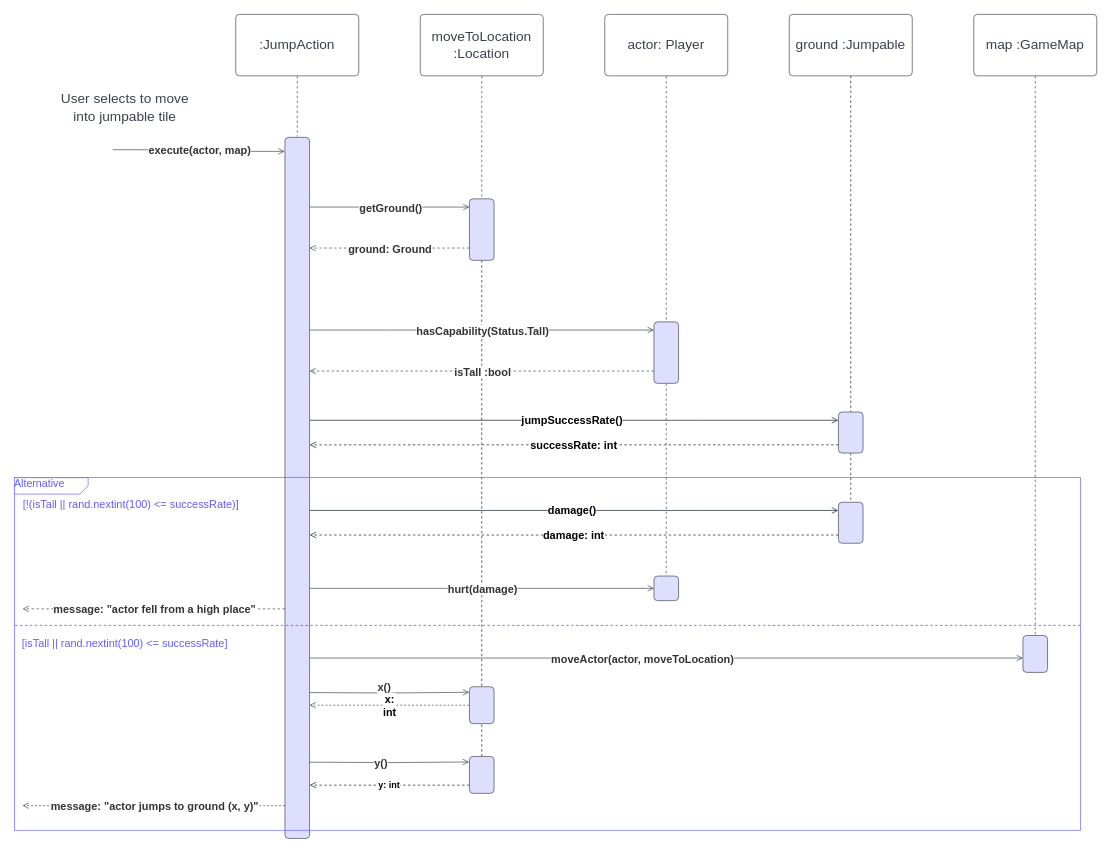
Above: page "JumpAction.execute()" (1 of 2) of docs/game/diagrams/sequence diagrams/sequence diagrams.drawio in 2x-Helix/mario-rogue-like (draw.io), before the change. Source tidied: cells renumbered, new cells numbered last; positions are measured from the earlier drawing's top-left corner, leaving out a move shared by most shapes. Both pictures are drawn from the tidied source at 82%, with x=0, y=0 at pixel (14, 14).
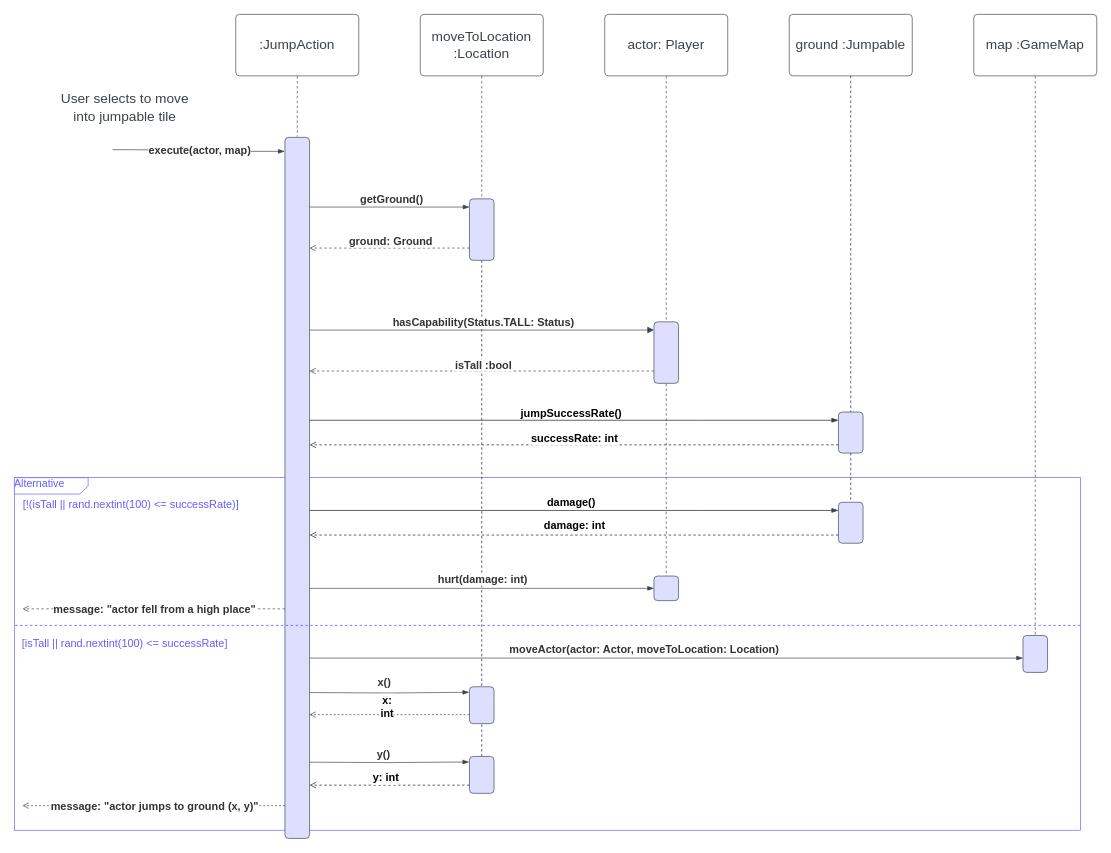
The same diagram, later.

Unchanged cells that the change refers to:
```xml
<mxCell id="5" style="html=1;overflow=block;blockSpacing=1;whiteSpace=wrap;fontSize=13;spacing=3.8;strokeColor=#3a414a;strokeOpacity=100;fillOpacity=100;rounded=1;absoluteArcSize=1;arcSize=9;fillColor=#dedeff;strokeWidth=0.8;" parent="1" vertex="1">
  <mxGeometry x="330" y="150" width="30" height="855" as="geometry" />
</mxCell>
<mxCell id="16" style="html=1;overflow=block;blockSpacing=1;whiteSpace=wrap;fontSize=13;spacing=3.8;strokeColor=#3a414a;strokeOpacity=100;fillOpacity=100;rounded=1;absoluteArcSize=1;arcSize=9;fillColor=#dedeff;strokeWidth=0.8;" parent="1" vertex="1">
  <mxGeometry x="555" y="225" width="30" height="75" as="geometry" />
</mxCell>
<mxCell id="24" style="html=1;overflow=block;blockSpacing=1;whiteSpace=wrap;fontSize=13;spacing=3.8;strokeColor=#3a414a;strokeOpacity=100;fillOpacity=100;rounded=1;absoluteArcSize=1;arcSize=9;fillColor=#dedeff;strokeWidth=0.8;" parent="1" vertex="1">
  <mxGeometry x="780" y="375" width="30" height="75" as="geometry" />
</mxCell>
<mxCell id="43" style="html=1;overflow=block;blockSpacing=1;whiteSpace=wrap;fontSize=13;spacing=3.8;strokeColor=#3a414a;strokeOpacity=100;fillOpacity=100;rounded=1;absoluteArcSize=1;arcSize=9;fillColor=#dedeff;strokeWidth=0.8;" parent="1" vertex="1">
  <mxGeometry x="1230" y="757.5" width="30" height="45" as="geometry" />
</mxCell>
<mxCell id="47" style="html=1;overflow=block;blockSpacing=1;whiteSpace=wrap;fontSize=13;spacing=3.8;strokeColor=#3a414a;strokeOpacity=100;fillOpacity=100;rounded=1;absoluteArcSize=1;arcSize=9;fillColor=#dedeff;strokeWidth=0.8;" parent="1" vertex="1">
  <mxGeometry x="555" y="820" width="30" height="45" as="geometry" />
</mxCell>
<mxCell id="53" style="html=1;overflow=block;blockSpacing=1;whiteSpace=wrap;fontSize=13;spacing=3.8;strokeColor=#3a414a;strokeOpacity=100;fillOpacity=100;rounded=1;absoluteArcSize=1;arcSize=9;fillColor=#dedeff;strokeWidth=0.8;" parent="1" vertex="1">
  <mxGeometry x="555" y="905" width="30" height="45" as="geometry" />
</mxCell>
<mxCell id="59" style="html=1;overflow=block;blockSpacing=1;whiteSpace=wrap;fontSize=13;spacing=3.8;strokeColor=#3a414a;strokeOpacity=100;fillOpacity=100;rounded=1;absoluteArcSize=1;arcSize=9;fillColor=#dedeff;strokeWidth=0.8;" parent="1" vertex="1">
  <mxGeometry x="1005" y="485" width="30" height="50" as="geometry" />
</mxCell>
```

Change to the diagram source:
```diff
@@
+    <mxCell id="27" value="&lt;font color=&quot;#635dff&quot;&gt;Alternative&lt;/font&gt;" style="html=1;blockSpacing=1;whiteSpace=wrap;shape=mxgraph.sysml.package2;xSize=90;overflow=fill;fontSize=13;spacing=0;strokeColor=#635dff;strokeOpacity=100;rounded=1;absoluteArcSize=1;arcSize=9;strokeWidth=0.8;align=left;" parent="1" vertex="1">
+      <mxGeometry y="565" width="1300" height="430" as="geometry" />
+    </mxCell>
+    <mxCell id="28" value="[!(isTall || rand.nextint(100) &amp;lt;= successRate)]" style="html=1;overflow=block;blockSpacing=1;whiteSpace=wrap;fontSize=13.3;fontColor=#635DFF;spacing=3.8;strokeOpacity=0;fillOpacity=0;rounded=1;absoluteArcSize=1;arcSize=9;fillColor=#ffffff;strokeWidth=0.8;" parent="27" vertex="1">
+      <mxGeometry y="21" width="285" height="24" as="geometry" />
+    </mxCell>
+    <mxCell id="29" style="html=1;jettySize=18;whiteSpace=wrap;fontSize=13;strokeColor=#3a414a;strokeOpacity=100;dashed=1;fixDash=1;strokeWidth=0.8;rounded=1;arcSize=12;edgeStyle=orthogonalEdgeStyle;startArrow=none;endArrow=open;" parent="27" edge="1" source="5">
+      <mxGeometry relative="1" as="geometry">
+        <mxPoint x="10" y="160" as="targetPoint" />
+        <Array as="points">
+          <mxPoint x="10" y="160" />
+        </Array>
+      </mxGeometry>
+    </mxCell>
+    <mxCell id="30" value="message: &quot;actor fell from a high place&quot;" style="text;html=1;labelBackgroundColor=default;align=center;verticalAlign=middle;fontStyle=1;fontColor=#333333;fontSize=13.3;" parent="29" vertex="1">
+      <mxGeometry relative="1" as="geometry" />
+    </mxCell>
+    <mxCell id="31" value="[isTall || rand.nextint(100) &amp;lt;= successRate]" style="html=1;overflow=block;blockSpacing=1;whiteSpace=wrap;fontSize=13.3;fontColor=#635DFF;spacing=3.8;strokeOpacity=0;fillOpacity=0;rounded=1;absoluteArcSize=1;arcSize=9;fillColor=#ffffff;strokeWidth=0.8;" parent="27" vertex="1">
+      <mxGeometry y="190" width="270" height="24" as="geometry" />
+    </mxCell>
+    <mxCell id="32" style="html=1;overflow=block;blockSpacing=1;whiteSpace=wrap;fontSize=13;spacing=3.8;strokeColor=#3a414a;strokeOpacity=100;fillOpacity=100;rounded=1;absoluteArcSize=1;arcSize=9;fillColor=#dedeff;strokeWidth=0.8;" parent="27" vertex="1">
+      <mxGeometry x="780" y="120" width="30" height="30" as="geometry" />
+    </mxCell>
+    <mxCell id="33" style="edgeStyle=orthogonalEdgeStyle;rounded=0;jettySize=auto;html=1;endArrow=blockThin;endFill=1;strokeColor=#3A414A;" parent="27" edge="1" target="36">
+      <mxGeometry relative="1" as="geometry">
+        <mxPoint x="360" y="40" as="sourcePoint" />
+        <Array as="points">
+          <mxPoint x="840" y="40" />
+          <mxPoint x="840" y="40" />
+        </Array>
+      </mxGeometry>
+    </mxCell>
+    <mxCell id="34" value="damage()" style="edgeLabel;html=1;align=center;verticalAlign=middle;fontSize=13.3;fontStyle=1;" parent="33" vertex="1">
+      <mxGeometry x="-0.08" y="1" relative="1" as="geometry">
+        <mxPoint x="21" y="-10" as="offset" />
+      </mxGeometry>
+    </mxCell>
+    <mxCell id="35" value="&lt;b&gt;&lt;font style=&quot;font-size: 13.33px&quot;&gt;damage: int&lt;/font&gt;&lt;/b&gt;" style="edgeStyle=orthogonalEdgeStyle;rounded=0;jettySize=auto;html=1;fontSize=13.3;endArrow=open;endFill=0;strokeColor=#3A414A;dashed=1;" parent="27" edge="1" source="36">
+      <mxGeometry y="-12" relative="1" as="geometry">
+        <mxPoint x="360" y="70" as="targetPoint" />
+        <Array as="points">
+          <mxPoint x="530" y="70" />
+          <mxPoint x="530" y="70" />
+        </Array>
+        <mxPoint x="1" as="offset" />
+      </mxGeometry>
+    </mxCell>
+    <mxCell id="36" style="html=1;overflow=block;blockSpacing=1;whiteSpace=wrap;fontSize=13;spacing=3.8;strokeColor=#3a414a;strokeOpacity=100;fillOpacity=100;rounded=1;absoluteArcSize=1;arcSize=9;fillColor=#dedeff;strokeWidth=0.8;" parent="27" vertex="1">
+      <mxGeometry x="1005" y="30" width="30" height="50" as="geometry" />
+    </mxCell>
@@
-    <mxCell id="3" style="edgeStyle=orthogonalEdgeStyle;rounded=0;jettySize=auto;html=1;endArrow=open;endFill=0;strokeColor=#3A414A;" parent="1" edge="1" source="5" target="59">
+    <mxCell id="3" style="edgeStyle=orthogonalEdgeStyle;rounded=0;jettySize=auto;html=1;endArrow=blockThin;endFill=1;strokeColor=#3A414A;" parent="1" edge="1" source="5" target="59">
       <mxGeometry relative="1" as="geometry">
         <Array as="points">
           <mxPoint x="840" y="495" />
           <mxPoint x="840" y="495" />
         </Array>
       </mxGeometry>
     </mxCell>
     <mxCell id="4" value="jumpSuccessRate()" style="edgeLabel;html=1;align=center;verticalAlign=middle;fontSize=13.3;fontStyle=1;" parent="3" vertex="1">
       <mxGeometry x="-0.08" y="1" relative="1" as="geometry">
-        <mxPoint x="22" as="offset" />
+        <mxPoint x="21" y="-9" as="offset" />
       </mxGeometry>
     </mxCell>
@@
-    <mxCell id="7" style="html=1;jettySize=18;whiteSpace=wrap;fontSize=13;strokeColor=#3a414a;strokeOpacity=100;strokeWidth=0.8;rounded=1;arcSize=12;edgeStyle=orthogonalEdgeStyle;startArrow=none;endArrow=open;entryX=-0.012;entryY=0.02;entryPerimeter=0;" parent="1" edge="1" target="5">
+    <mxCell id="7" style="html=1;jettySize=18;whiteSpace=wrap;fontSize=13;strokeColor=#3a414a;strokeOpacity=100;strokeWidth=0.8;rounded=1;arcSize=12;edgeStyle=orthogonalEdgeStyle;startArrow=none;endArrow=blockThin;entryX=-0.012;entryY=0.02;entryPerimeter=0;endFill=1;" parent="1" edge="1" target="5">
       <mxGeometry relative="1" as="geometry">
         <mxPoint x="120" y="165" as="sourcePoint" />
       </mxGeometry>
     </mxCell>
@@
-    <mxCell id="11" style="html=1;jettySize=18;whiteSpace=wrap;fontSize=13;strokeColor=#3a414a;strokeOpacity=100;strokeWidth=0.8;rounded=1;arcSize=12;edgeStyle=orthogonalEdgeStyle;startArrow=none;endArrow=open;" parent="1" edge="1" target="43">
+    <mxCell id="11" style="html=1;jettySize=18;whiteSpace=wrap;fontSize=13;strokeColor=#3a414a;strokeOpacity=100;strokeWidth=0.8;rounded=1;arcSize=12;edgeStyle=orthogonalEdgeStyle;startArrow=none;endArrow=blockThin;endFill=1;" parent="1" edge="1" target="43">
       <mxGeometry relative="1" as="geometry">
         <mxPoint x="360" y="785" as="sourcePoint" />
         <Array as="points">
           <mxPoint x="850" y="785" />
           <mxPoint x="850" y="785" />
         </Array>
       </mxGeometry>
     </mxCell>
-    <mxCell id="12" value="moveActor(actor, moveToLocation)" style="text;html=1;labelBackgroundColor=default;align=center;verticalAlign=middle;fontStyle=1;fontColor=#333333;fontSize=13.3;" parent="11" vertex="1">
-      <mxGeometry x="-0.07" relative="1" as="geometry" />
+    <mxCell id="12" value="moveActor(actor: Actor, moveToLocation: Location)" style="text;html=1;labelBackgroundColor=default;align=center;verticalAlign=middle;fontStyle=1;fontColor=#333333;fontSize=13.3;" parent="11" vertex="1">
+      <mxGeometry x="-0.07" relative="1" as="geometry">
+        <mxPoint x="2" y="-12" as="offset" />
+      </mxGeometry>
     </mxCell>
@@
-    <mxCell id="17" style="html=1;jettySize=18;whiteSpace=wrap;fontSize=13;strokeColor=#3a414a;strokeOpacity=100;strokeWidth=0.8;rounded=1;arcSize=12;edgeStyle=orthogonalEdgeStyle;startArrow=none;endArrow=open;" parent="1" edge="1" source="5" target="16">
+    <mxCell id="17" style="html=1;jettySize=18;whiteSpace=wrap;fontSize=13;strokeColor=#3a414a;strokeOpacity=100;strokeWidth=0.8;rounded=1;arcSize=12;edgeStyle=orthogonalEdgeStyle;startArrow=none;endArrow=blockThin;endFill=1;" parent="1" edge="1" source="5" target="16">
       <mxGeometry relative="1" as="geometry">
         <Array as="points">
           <mxPoint x="460" y="235" />
           <mxPoint x="460" y="235" />
         </Array>
       </mxGeometry>
     </mxCell>
     <mxCell id="18" value="getGround()" style="text;html=1;labelBackgroundColor=default;align=center;verticalAlign=middle;fontStyle=1;fontColor=#333333;fontSize=13.3;" parent="17" vertex="1">
-      <mxGeometry relative="1" as="geometry" />
+      <mxGeometry relative="1" as="geometry">
+        <mxPoint x="1" y="-11" as="offset" />
+      </mxGeometry>
     </mxCell>
-    <mxCell id="19" style="html=1;jettySize=18;whiteSpace=wrap;fontSize=13;strokeColor=#3a414a;strokeOpacity=100;dashed=1;fixDash=1;strokeWidth=0.8;rounded=1;arcSize=12;edgeStyle=orthogonalEdgeStyle;startArrow=none;endArrow=open;" parent="1" edge="1" source="16" target="5">
+    <mxCell id="19" style="html=1;jettySize=18;whiteSpace=wrap;fontSize=13;strokeColor=#3a414a;strokeOpacity=100;dashed=1;fixDash=1;strokeWidth=0.8;rounded=1;arcSize=12;edgeStyle=orthogonalEdgeStyle;startArrow=none;endArrow=open;endFill=0;" parent="1" edge="1" source="16" target="5">
       <mxGeometry relative="1" as="geometry">
         <Array as="points">
           <mxPoint x="400" y="285" />
           <mxPoint x="400" y="285" />
         </Array>
       </mxGeometry>
     </mxCell>
     <mxCell id="20" value="ground: Ground" style="text;html=1;labelBackgroundColor=default;align=center;verticalAlign=middle;fontStyle=1;fontColor=#333333;fontSize=13.3;" parent="19" vertex="1">
-      <mxGeometry relative="1" as="geometry" />
+      <mxGeometry relative="1" as="geometry">
+        <mxPoint x="1" y="-9" as="offset" />
+      </mxGeometry>
     </mxCell>
@@
-    <mxCell id="25" style="html=1;jettySize=18;whiteSpace=wrap;fontSize=13;strokeColor=#3a414a;strokeOpacity=100;strokeWidth=0.8;rounded=1;arcSize=12;edgeStyle=orthogonalEdgeStyle;startArrow=none;endArrow=open;" parent="1" edge="1" source="5" target="24">
+    <mxCell id="25" style="html=1;jettySize=18;whiteSpace=wrap;fontSize=13;strokeColor=#3a414a;strokeOpacity=100;strokeWidth=0.8;rounded=1;arcSize=12;edgeStyle=orthogonalEdgeStyle;startArrow=none;endArrow=block;endFill=1;" parent="1" edge="1" source="5" target="24">
       <mxGeometry relative="1" as="geometry">
         <Array as="points">
           <mxPoint x="460" y="385" />
           <mxPoint x="460" y="385" />
         </Array>
       </mxGeometry>
     </mxCell>
-    <mxCell id="26" value="hasCapability(Status.Tall)" style="text;html=1;labelBackgroundColor=default;align=center;verticalAlign=middle;fontStyle=1;fontColor=#333333;fontSize=13.3;" parent="25" vertex="1">
-      <mxGeometry relative="1" as="geometry" />
+    <mxCell id="26" value="hasCapability(Status.TALL: Status)" style="text;html=1;labelBackgroundColor=default;align=center;verticalAlign=middle;fontStyle=1;fontColor=#333333;fontSize=13.3;" parent="25" vertex="1">
+      <mxGeometry relative="1" as="geometry">
+        <mxPoint x="1" y="-10" as="offset" />
+      </mxGeometry>
     </mxCell>
-    <mxCell id="27" value="&lt;font color=&quot;#635dff&quot;&gt;Alternative&lt;/font&gt;" style="html=1;blockSpacing=1;whiteSpace=wrap;shape=mxgraph.sysml.package2;xSize=90;overflow=fill;fontSize=13;spacing=0;strokeColor=#635dff;strokeOpacity=100;rounded=1;absoluteArcSize=1;arcSize=9;strokeWidth=0.8;align=left;" parent="1" vertex="1">
-      <mxGeometry y="565" width="1300" height="430" as="geometry" />
-    </mxCell>
-    <mxCell id="28" value="[!(isTall || rand.nextint(100) &amp;lt;= successRate)]" style="html=1;overflow=block;blockSpacing=1;whiteSpace=wrap;fontSize=13.3;fontColor=#635DFF;spacing=3.8;strokeOpacity=0;fillOpacity=0;rounded=1;absoluteArcSize=1;arcSize=9;fillColor=#ffffff;strokeWidth=0.8;" parent="27" vertex="1">
-      <mxGeometry y="21" width="285" height="24" as="geometry" />
-    </mxCell>
-    <mxCell id="29" style="html=1;jettySize=18;whiteSpace=wrap;fontSize=13;strokeColor=#3a414a;strokeOpacity=100;dashed=1;fixDash=1;strokeWidth=0.8;rounded=1;arcSize=12;edgeStyle=orthogonalEdgeStyle;startArrow=none;endArrow=open;" parent="27" edge="1" source="5">
-      <mxGeometry relative="1" as="geometry">
-        <mxPoint x="10" y="160" as="targetPoint" />
-        <Array as="points">
-          <mxPoint x="10" y="160" />
-        </Array>
-      </mxGeometry>
-    </mxCell>
-    <mxCell id="30" value="message: &quot;actor fell from a high place&quot;" style="text;html=1;labelBackgroundColor=default;align=center;verticalAlign=middle;fontStyle=1;fontColor=#333333;fontSize=13.3;" parent="29" vertex="1">
-      <mxGeometry relative="1" as="geometry" />
-    </mxCell>
-    <mxCell id="31" value="[isTall || rand.nextint(100) &amp;lt;= successRate]" style="html=1;overflow=block;blockSpacing=1;whiteSpace=wrap;fontSize=13.3;fontColor=#635DFF;spacing=3.8;strokeOpacity=0;fillOpacity=0;rounded=1;absoluteArcSize=1;arcSize=9;fillColor=#ffffff;strokeWidth=0.8;" parent="27" vertex="1">
-      <mxGeometry y="190" width="270" height="24" as="geometry" />
-    </mxCell>
-    <mxCell id="32" style="html=1;overflow=block;blockSpacing=1;whiteSpace=wrap;fontSize=13;spacing=3.8;strokeColor=#3a414a;strokeOpacity=100;fillOpacity=100;rounded=1;absoluteArcSize=1;arcSize=9;fillColor=#dedeff;strokeWidth=0.8;" parent="27" vertex="1">
-      <mxGeometry x="780" y="120" width="30" height="30" as="geometry" />
-    </mxCell>
-    <mxCell id="33" style="edgeStyle=orthogonalEdgeStyle;rounded=0;jettySize=auto;html=1;endArrow=open;endFill=0;strokeColor=#3A414A;" parent="27" edge="1" target="36">
-      <mxGeometry relative="1" as="geometry">
-        <mxPoint x="360" y="40" as="sourcePoint" />
-        <Array as="points">
-          <mxPoint x="840" y="40" />
-          <mxPoint x="840" y="40" />
-        </Array>
-      </mxGeometry>
-    </mxCell>
-    <mxCell id="34" value="damage()" style="edgeLabel;html=1;align=center;verticalAlign=middle;fontSize=13.3;fontStyle=1;" parent="33" vertex="1">
-      <mxGeometry x="-0.08" y="1" relative="1" as="geometry">
-        <mxPoint x="22" as="offset" />
-      </mxGeometry>
-    </mxCell>
-    <mxCell id="35" value="&lt;b&gt;&lt;font style=&quot;font-size: 13.33px&quot;&gt;damage: int&lt;/font&gt;&lt;/b&gt;" style="edgeStyle=orthogonalEdgeStyle;rounded=0;jettySize=auto;html=1;fontSize=13.3;endArrow=open;endFill=0;strokeColor=#3A414A;dashed=1;" parent="27" edge="1" source="36">
-      <mxGeometry relative="1" as="geometry">
-        <mxPoint x="360" y="70" as="targetPoint" />
-        <Array as="points">
-          <mxPoint x="530" y="70" />
-          <mxPoint x="530" y="70" />
-        </Array>
-      </mxGeometry>
-    </mxCell>
-    <mxCell id="36" style="html=1;overflow=block;blockSpacing=1;whiteSpace=wrap;fontSize=13;spacing=3.8;strokeColor=#3a414a;strokeOpacity=100;fillOpacity=100;rounded=1;absoluteArcSize=1;arcSize=9;fillColor=#dedeff;strokeWidth=0.8;" parent="27" vertex="1">
-      <mxGeometry x="1005" y="30" width="30" height="50" as="geometry" />
-    </mxCell>
-    <mxCell id="37" style="html=1;jettySize=18;whiteSpace=wrap;fontSize=13;strokeColor=#3a414a;strokeOpacity=100;dashed=1;fixDash=1;strokeWidth=0.8;rounded=1;arcSize=12;edgeStyle=orthogonalEdgeStyle;startArrow=none;endArrow=open;" parent="1" edge="1" source="24" target="5">
+    <mxCell id="37" style="html=1;jettySize=18;whiteSpace=wrap;fontSize=13;strokeColor=#3a414a;strokeOpacity=100;dashed=1;fixDash=1;strokeWidth=0.8;rounded=1;arcSize=12;edgeStyle=orthogonalEdgeStyle;startArrow=none;endArrow=open;endFill=0;" parent="1" edge="1" source="24" target="5">
       <mxGeometry relative="1" as="geometry">
         <Array as="points">
           <mxPoint x="470" y="435" />
           <mxPoint x="470" y="435" />
         </Array>
       </mxGeometry>
     </mxCell>
     <mxCell id="38" value="isTall :bool" style="text;html=1;labelBackgroundColor=default;align=center;verticalAlign=middle;fontStyle=1;fontColor=#333333;fontSize=13.3;" parent="37" vertex="1">
-      <mxGeometry relative="1" as="geometry" />
+      <mxGeometry relative="1" as="geometry">
+        <mxPoint x="1" y="-8" as="offset" />
+      </mxGeometry>
     </mxCell>
@@
-    <mxCell id="40" style="html=1;jettySize=18;whiteSpace=wrap;fontSize=13;strokeColor=#3a414a;strokeOpacity=100;strokeWidth=0.8;rounded=1;arcSize=12;edgeStyle=orthogonalEdgeStyle;startArrow=none;endArrow=open;" parent="1" edge="1" source="5" target="32">
+    <mxCell id="40" style="html=1;jettySize=18;whiteSpace=wrap;fontSize=13;strokeColor=#3a414a;strokeOpacity=100;strokeWidth=0.8;rounded=1;arcSize=12;edgeStyle=orthogonalEdgeStyle;startArrow=none;endArrow=blockThin;endFill=1;" parent="1" edge="1" source="5" target="32">
       <mxGeometry relative="1" as="geometry">
         <Array as="points">
           <mxPoint x="570" y="700" />
           <mxPoint x="570" y="700" />
         </Array>
       </mxGeometry>
     </mxCell>
-    <mxCell id="41" value="hurt(damage)" style="text;html=1;labelBackgroundColor=default;align=center;verticalAlign=middle;fontStyle=1;fontColor=#333333;fontSize=13.3;" parent="40" vertex="1">
-      <mxGeometry relative="1" as="geometry" />
+    <mxCell id="41" value="hurt(damage: int)" style="text;html=1;labelBackgroundColor=default;align=center;verticalAlign=middle;fontStyle=1;fontColor=#333333;fontSize=13.3;" parent="40" vertex="1">
+      <mxGeometry relative="1" as="geometry">
+        <mxPoint y="-12" as="offset" />
+      </mxGeometry>
     </mxCell>
@@
-    <mxCell id="48" style="html=1;jettySize=18;whiteSpace=wrap;fontSize=13;strokeColor=#3A414A;strokeOpacity=100;strokeWidth=0.8;rounded=1;arcSize=12;edgeStyle=orthogonalEdgeStyle;startArrow=none;endArrow=open;endFill=0;exitX=1.013;exitY=0.928;exitPerimeter=0;entryX=-0.012;entryY=0.15;entryPerimeter=0;" parent="1" edge="1" target="47">
+    <mxCell id="48" style="html=1;jettySize=18;whiteSpace=wrap;fontSize=13;strokeColor=#3A414A;strokeOpacity=100;strokeWidth=0.8;rounded=1;arcSize=12;edgeStyle=orthogonalEdgeStyle;startArrow=none;endArrow=blockThin;endFill=1;exitX=1.013;exitY=0.928;exitPerimeter=0;entryX=-0.012;entryY=0.15;entryPerimeter=0;" parent="1" edge="1" target="47">
       <mxGeometry relative="1" as="geometry">
         <mxPoint x="360" y="827.1" as="sourcePoint" />
       </mxGeometry>
     </mxCell>
     <mxCell id="49" value="x()" style="text;html=1;labelBackgroundColor=default;align=center;verticalAlign=middle;fontStyle=1;fontColor=#333333;fontSize=13.3;" parent="48" vertex="1">
       <mxGeometry x="-0.11" relative="1" as="geometry">
-        <mxPoint x="4" y="-7" as="offset" />
+        <mxPoint x="4" y="-13" as="offset" />
       </mxGeometry>
     </mxCell>
-    <mxCell id="50" value="x: int" style="html=1;jettySize=18;whiteSpace=wrap;fontSize=13;strokeColor=#3a414a;strokeOpacity=100;strokeWidth=0.8;rounded=1;arcSize=12;edgeStyle=orthogonalEdgeStyle;startArrow=none;endArrow=open;endFill=0;exitX=-0.012;exitY=0.5;exitPerimeter=0;entryX=1.013;entryY=0.949;entryPerimeter=0;dashed=1;fontStyle=1;" parent="1" edge="1" source="47">
-      <mxGeometry relative="1" as="geometry">
-        <mxPoint x="360" y="842.5" as="targetPoint" />
+    <mxCell id="50" value="x: int" style="html=1;jettySize=18;whiteSpace=wrap;fontSize=13;strokeColor=#3a414a;strokeOpacity=100;strokeWidth=0.8;rounded=1;arcSize=12;edgeStyle=orthogonalEdgeStyle;startArrow=none;endArrow=open;endFill=0;dashed=1;fontStyle=1;" parent="1" edge="1" source="47" target="5">
+      <mxGeometry x="0.03" y="-10" relative="1" as="geometry">
         <Array as="points">
-          <mxPoint x="460" y="843" />
-          <mxPoint x="460" y="843" />
+          <mxPoint x="457" y="854" />
+          <mxPoint x="457" y="854" />
         </Array>
       </mxGeometry>
     </mxCell>
-    <mxCell id="51" value="y: int" style="edgeStyle=orthogonalEdgeStyle;rounded=0;jettySize=auto;html=1;dashed=1;endArrow=open;endFill=0;strokeColor=#3A414A;fontStyle=1;" parent="1" edge="1" source="53">
-      <mxGeometry relative="1" as="geometry">
+    <mxCell id="51" value="y: int" style="edgeStyle=orthogonalEdgeStyle;rounded=0;jettySize=auto;html=1;dashed=1;endArrow=open;endFill=0;strokeColor=#3A414A;fontStyle=1;fontSize=13.33;" parent="1" edge="1" source="53">
+      <mxGeometry x="0.05" y="-9" relative="1" as="geometry">
         <mxPoint x="360" y="940" as="targetPoint" />
         <Array as="points">
           <mxPoint x="460" y="940" />
           <mxPoint x="460" y="940" />
         </Array>
       </mxGeometry>
     </mxCell>
@@
-    <mxCell id="54" style="html=1;jettySize=18;whiteSpace=wrap;fontSize=13;strokeColor=#3a414a;strokeOpacity=100;strokeWidth=0.8;rounded=1;arcSize=12;edgeStyle=orthogonalEdgeStyle;startArrow=none;endArrow=open;endFill=0;entryX=-0.012;entryY=0.15;entryPerimeter=0;" parent="1" edge="1" target="53">
+    <mxCell id="54" style="html=1;jettySize=18;whiteSpace=wrap;fontSize=13;strokeColor=#3a414a;strokeOpacity=100;strokeWidth=0.8;rounded=1;arcSize=12;edgeStyle=orthogonalEdgeStyle;startArrow=none;endArrow=blockThin;endFill=1;entryX=-0.012;entryY=0.15;entryPerimeter=0;" parent="1" edge="1" target="53">
       <mxGeometry relative="1" as="geometry">
         <mxPoint x="360" y="912" as="sourcePoint" />
       </mxGeometry>
     </mxCell>
     <mxCell id="55" value="y()" style="text;html=1;labelBackgroundColor=default;align=center;verticalAlign=middle;fontStyle=1;fontColor=#333333;fontSize=13.3;" parent="54" vertex="1">
-      <mxGeometry x="-0.11" relative="1" as="geometry" />
+      <mxGeometry x="-0.11" relative="1" as="geometry">
+        <mxPoint x="3" y="-11" as="offset" />
+      </mxGeometry>
     </mxCell>
@@
     <mxCell id="57" value="&lt;b&gt;&lt;font style=&quot;font-size: 13.33px&quot;&gt;successRate: int&lt;/font&gt;&lt;/b&gt;" style="edgeStyle=orthogonalEdgeStyle;rounded=0;jettySize=auto;html=1;fontSize=13.3;endArrow=open;endFill=0;strokeColor=#3A414A;dashed=1;" parent="1" edge="1" source="59" target="5">
-      <mxGeometry relative="1" as="geometry">
+      <mxGeometry y="-8" relative="1" as="geometry">
         <Array as="points">
           <mxPoint x="530" y="525" />
           <mxPoint x="530" y="525" />
         </Array>
+        <mxPoint x="1" as="offset" />
       </mxGeometry>
     </mxCell>
```
